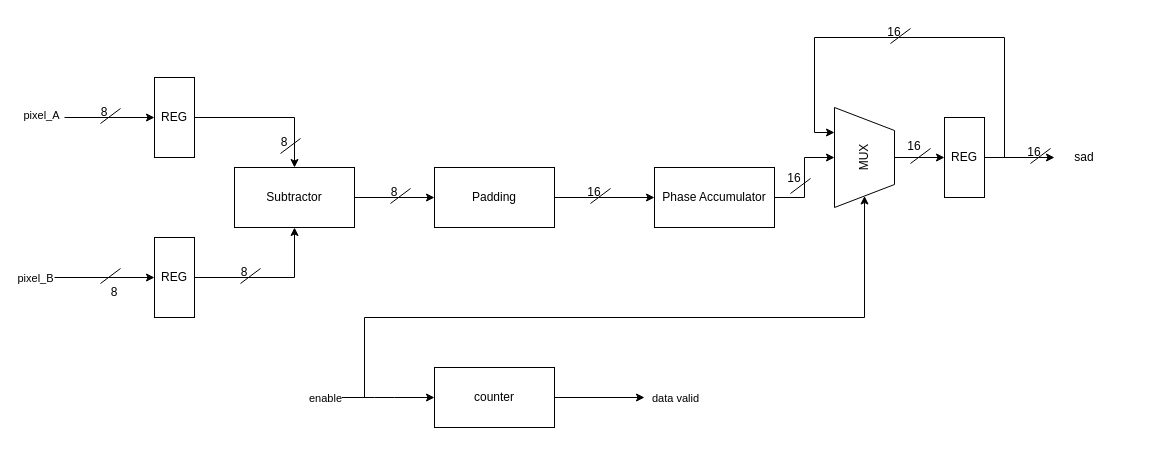
gaiaanastasi/SAD-Image-Calculation keeps this draw.io diagram as img/Model.drawio. Above is the earlier version. Source tidied: cells renumbered, new cells numbered last; positions are measured from the earlier drawing's top-left corner, leaving out a move shared by most shapes. Both pictures are drawn from the tidied source at 100%, with x=0, y=0 at pixel (54, 17).
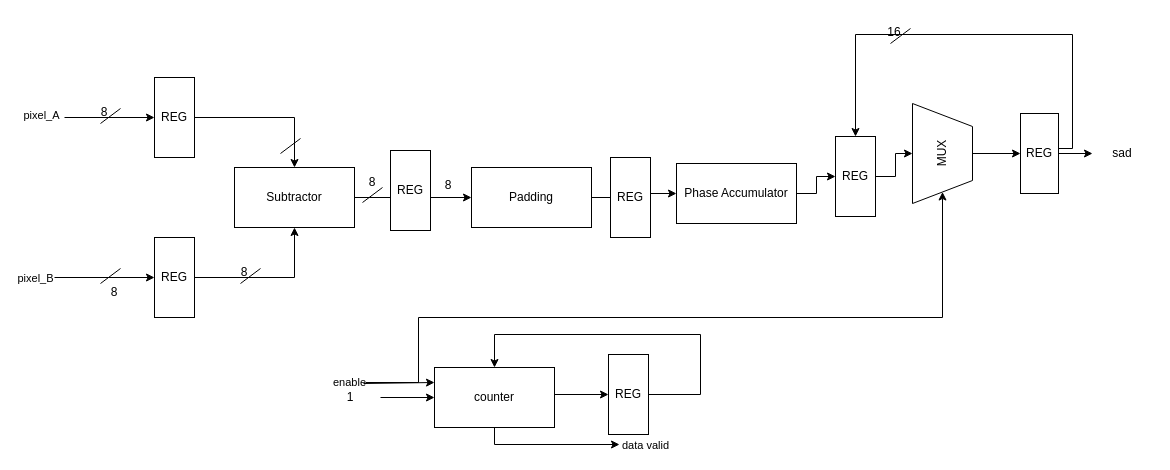
The same diagram, later.

Unchanged cells that the change refers to:
```xml
<mxCell id="38" value="counter" style="rounded=0;whiteSpace=wrap;html=1;" parent="1" vertex="1">
  <mxGeometry x="380" y="350" width="120" height="60" as="geometry" />
</mxCell>
```

Change to the diagram source:
```diff
@@
-    <mxCell id="8" style="edgeStyle=orthogonalEdgeStyle;rounded=0;jettySize=auto;html=1;exitX=1;exitY=0.5;exitDx=0;exitDy=0;" parent="1" edge="1" source="9" target="11">
+    <mxCell id="8" style="edgeStyle=orthogonalEdgeStyle;rounded=0;jettySize=auto;html=1;exitX=1;exitY=0.5;exitDx=0;exitDy=0;startArrow=none;" parent="1" edge="1" source="52" target="11">
       <mxGeometry relative="1" as="geometry" />
     </mxCell>
+    <mxCell id="48" style="edgeStyle=orthogonalEdgeStyle;rounded=0;jettySize=auto;html=1;exitX=1;exitY=0.5;exitDx=0;exitDy=0;" parent="1" edge="1" source="9" target="52">
+      <mxGeometry relative="1" as="geometry" />
+    </mxCell>
     <mxCell id="9" value="Phase Accumulator" style="rounded=0;whiteSpace=wrap;html=1;" parent="1" vertex="1">
-      <mxGeometry x="600" y="150" width="120" height="60" as="geometry" />
+      <mxGeometry x="622" y="146" width="120" height="60" as="geometry" />
     </mxCell>
-    <mxCell id="10" style="edgeStyle=orthogonalEdgeStyle;rounded=0;jettySize=auto;html=1;exitX=0.5;exitY=1;exitDx=0;exitDy=0;" parent="1" edge="1" source="11" target="12">
-      <mxGeometry relative="1" as="geometry" />
+    <mxCell id="10" style="edgeStyle=orthogonalEdgeStyle;rounded=0;jettySize=auto;html=1;exitX=0.5;exitY=1;exitDx=0;exitDy=0;entryX=0;entryY=0.5;entryDx=0;entryDy=0;" parent="1" edge="1" source="11" target="55">
+      <mxGeometry relative="1" as="geometry">
+        <Array as="points">
+          <mxPoint x="960" y="136" />
+        </Array>
+      </mxGeometry>
     </mxCell>
     <mxCell id="11" value="MUX" style="verticalLabelPosition=middle;verticalAlign=middle;html=1;shape=trapezoid;perimeter=trapezoidPerimeter;whiteSpace=wrap;size=0.23;arcSize=10;flipV=1;labelPosition=center;align=center;rotation=-90;" parent="1" vertex="1">
-      <mxGeometry x="760" y="110" width="100" height="60" as="geometry" />
+      <mxGeometry x="838" y="106" width="100" height="60" as="geometry" />
     </mxCell>
-    <mxCell id="12" value="REG" style="rounded=0;whiteSpace=wrap;html=1;" parent="1" vertex="1">
-      <mxGeometry x="890" y="100" width="40" height="80" as="geometry" />
-    </mxCell>
-    <mxCell id="13" style="endArrow=classic;html=1;rounded=0;" parent="1" edge="1" target="37">
-      <mxGeometry relative="1" as="geometry">
-        <mxPoint x="930" y="140" as="sourcePoint" />
-      </mxGeometry>
-    </mxCell>
@@
-    <mxCell id="19" value="8" style="text;html=1;strokeColor=none;fillColor=none;align=center;verticalAlign=middle;whiteSpace=wrap;rounded=0;" parent="1" vertex="1">
-      <mxGeometry x="200" y="110" width="60" height="30" as="geometry" />
-    </mxCell>
@@
     <mxCell id="23" value="Padding" style="rounded=0;whiteSpace=wrap;html=1;" parent="1" vertex="1">
-      <mxGeometry x="380" y="150" width="120" height="60" as="geometry" />
+      <mxGeometry x="417" y="150" width="120" height="60" as="geometry" />
     </mxCell>
     <mxCell id="24" style="endArrow=none;html=1;rounded=0;" parent="1" edge="1">
       <mxGeometry relative="1" as="geometry">
-        <mxPoint x="336" y="186" as="sourcePoint" />
-        <mxPoint x="356" y="171" as="targetPoint" />
+        <mxPoint x="308" y="185" as="sourcePoint" />
+        <mxPoint x="328" y="170" as="targetPoint" />
       </mxGeometry>
     </mxCell>
     <mxCell id="25" value="8" style="text;html=1;strokeColor=none;fillColor=none;align=center;verticalAlign=middle;whiteSpace=wrap;rounded=0;" parent="1" vertex="1">
-      <mxGeometry x="310" y="160" width="60" height="30" as="geometry" />
+      <mxGeometry x="288" y="150" width="60" height="30" as="geometry" />
     </mxCell>
-    <mxCell id="26" style="endArrow=none;html=1;rounded=0;" parent="1" edge="1">
-      <mxGeometry relative="1" as="geometry">
-        <mxPoint x="536" y="186" as="sourcePoint" />
-        <mxPoint x="556" y="171" as="targetPoint" />
-      </mxGeometry>
-    </mxCell>
-    <mxCell id="27" value="16" style="text;html=1;strokeColor=none;fillColor=none;align=center;verticalAlign=middle;whiteSpace=wrap;rounded=0;" parent="1" vertex="1">
-      <mxGeometry x="510" y="160" width="60" height="30" as="geometry" />
-    </mxCell>
-    <mxCell id="28" style="endArrow=none;html=1;rounded=0;" parent="1" edge="1">
-      <mxGeometry relative="1" as="geometry">
-        <mxPoint x="736" y="176" as="sourcePoint" />
-        <mxPoint x="756" y="161" as="targetPoint" />
-      </mxGeometry>
-    </mxCell>
-    <mxCell id="29" value="16" style="text;html=1;strokeColor=none;fillColor=none;align=center;verticalAlign=middle;whiteSpace=wrap;rounded=0;" parent="1" vertex="1">
-      <mxGeometry x="710" y="146" width="60" height="30" as="geometry" />
-    </mxCell>
@@
-    <mxCell id="32" style="endArrow=none;html=1;rounded=0;" parent="1" edge="1">
-      <mxGeometry relative="1" as="geometry">
-        <mxPoint x="856" y="146" as="sourcePoint" />
-        <mxPoint x="876" y="131" as="targetPoint" />
-      </mxGeometry>
-    </mxCell>
-    <mxCell id="33" value="16" style="text;html=1;strokeColor=none;fillColor=none;align=center;verticalAlign=middle;whiteSpace=wrap;rounded=0;" parent="1" vertex="1">
-      <mxGeometry x="830" y="114" width="60" height="30" as="geometry" />
-    </mxCell>
-    <mxCell id="34" style="endArrow=none;html=1;rounded=0;" parent="1" edge="1">
-      <mxGeometry relative="1" as="geometry">
-        <mxPoint x="976" y="146" as="sourcePoint" />
-        <mxPoint x="996" y="131" as="targetPoint" />
-      </mxGeometry>
-    </mxCell>
-    <mxCell id="35" style="edgeStyle=orthogonalEdgeStyle;rounded=0;jettySize=auto;html=1;exitX=0;exitY=0.667;exitDx=0;exitDy=0;entryX=0.75;entryY=0;entryDx=0;entryDy=0;exitPerimeter=0;" parent="1" edge="1" source="36" target="11">
-      <mxGeometry relative="1" as="geometry">
-        <Array as="points">
-          <mxPoint x="950" y="20" />
-          <mxPoint x="760" y="20" />
-          <mxPoint x="760" y="115" />
-        </Array>
-      </mxGeometry>
-    </mxCell>
-    <mxCell id="36" value="16" style="text;html=1;strokeColor=none;fillColor=none;align=center;verticalAlign=middle;whiteSpace=wrap;rounded=0;" parent="1" vertex="1">
-      <mxGeometry x="950" y="120" width="60" height="30" as="geometry" />
-    </mxCell>
     <mxCell id="37" value="sad" style="text;html=1;strokeColor=none;fillColor=none;align=center;verticalAlign=middle;whiteSpace=wrap;rounded=0;" parent="1" vertex="1">
-      <mxGeometry x="1000" y="125" width="60" height="30" as="geometry" />
+      <mxGeometry x="1038" y="121" width="60" height="30" as="geometry" />
     </mxCell>
+    <mxCell id="49" style="edgeStyle=orthogonalEdgeStyle;rounded=0;jettySize=auto;html=1;exitX=1;exitY=0.5;exitDx=0;exitDy=0;entryX=0;entryY=0.5;entryDx=0;entryDy=0;" parent="1" edge="1" source="38" target="60">
+      <mxGeometry relative="1" as="geometry">
+        <Array as="points">
+          <mxPoint x="500" y="377" />
+        </Array>
+      </mxGeometry>
+    </mxCell>
@@
-    <mxCell id="39" style="endArrow=classic;html=1;rounded=0;entryX=0;entryY=0.5;entryDx=0;entryDy=0;" parent="1" edge="1" target="38">
-      <mxGeometry relative="1" as="geometry">
-        <mxPoint x="260" y="380" as="sourcePoint" />
-        <Array as="points">
-          <mxPoint x="320" y="380" />
-          <mxPoint x="340" y="380" />
-        </Array>
-      </mxGeometry>
-    </mxCell>
-    <mxCell id="40" value="enable" style="edgeLabel;html=1;align=center;verticalAlign=middle;" parent="39" vertex="1">
-      <mxGeometry x="-0.32" y="-2" relative="1" as="geometry">
-        <mxPoint x="-31" y="-2" as="offset" />
-      </mxGeometry>
-    </mxCell>
-    <mxCell id="41" style="endArrow=classic;html=1;rounded=0;exitX=1;exitY=0.5;exitDx=0;exitDy=0;" parent="1" edge="1" source="38">
+    <mxCell id="41" style="endArrow=classic;html=1;rounded=0;exitX=0.5;exitY=1;exitDx=0;exitDy=0;" parent="1" edge="1" source="38">
       <mxGeometry relative="1" as="geometry">
-        <mxPoint x="590" y="380" as="targetPoint" />
+        <mxPoint x="565" y="427" as="targetPoint" />
+        <Array as="points">
+          <mxPoint x="440" y="427" />
+        </Array>
       </mxGeometry>
     </mxCell>
     <mxCell id="42" value="data valid" style="edgeLabel;html=1;align=center;verticalAlign=middle;" parent="41" vertex="1">
       <mxGeometry x="0.33" y="-1" relative="1" as="geometry">
-        <mxPoint x="60" y="-1" as="offset" />
+        <mxPoint x="73" y="-1" as="offset" />
       </mxGeometry>
     </mxCell>
     <mxCell id="43" style="endArrow=classic;html=1;rounded=0;" parent="1" edge="1" target="11">
       <mxGeometry relative="1" as="geometry">
-        <mxPoint x="310" y="380" as="sourcePoint" />
+        <mxPoint x="311" y="365" as="sourcePoint" />
         <Array as="points">
-          <mxPoint x="310" y="300" />
-          <mxPoint x="810" y="300" />
+          <mxPoint x="364" y="365" />
+          <mxPoint x="364" y="300" />
+          <mxPoint x="888" y="300" />
         </Array>
       </mxGeometry>
     </mxCell>
+    <mxCell id="40" value="enable" style="edgeLabel;html=1;align=center;verticalAlign=middle;" parent="43" vertex="1">
+      <mxGeometry x="-0.94" y="-1" relative="1" as="geometry">
+        <mxPoint x="-40" y="-2" as="offset" />
+      </mxGeometry>
+    </mxCell>
@@
+    <mxCell id="50" value="REG" style="rounded=0;whiteSpace=wrap;html=1;" parent="1" vertex="1">
+      <mxGeometry x="336" y="133" width="40" height="80" as="geometry" />
+    </mxCell>
+    <mxCell id="19" value="8" style="text;html=1;strokeColor=none;fillColor=none;align=center;verticalAlign=middle;whiteSpace=wrap;rounded=0;" parent="1" vertex="1">
+      <mxGeometry x="364" y="153" width="60" height="30" as="geometry" />
+    </mxCell>
+    <mxCell id="51" value="REG" style="rounded=0;whiteSpace=wrap;html=1;" parent="1" vertex="1">
+      <mxGeometry x="556" y="140" width="40" height="80" as="geometry" />
+    </mxCell>
+    <mxCell id="52" value="REG" style="rounded=0;whiteSpace=wrap;html=1;" parent="1" vertex="1">
+      <mxGeometry x="781" y="119" width="40" height="80" as="geometry" />
+    </mxCell>
+    <mxCell id="53" style="edgeStyle=orthogonalEdgeStyle;rounded=0;jettySize=auto;html=1;exitX=1;exitY=0.5;exitDx=0;exitDy=0;" parent="1" edge="1" source="55" target="37">
+      <mxGeometry relative="1" as="geometry" />
+    </mxCell>
+    <mxCell id="54" style="edgeStyle=orthogonalEdgeStyle;rounded=0;jettySize=auto;html=1;exitX=1;exitY=0.5;exitDx=0;exitDy=0;entryX=0.5;entryY=0;entryDx=0;entryDy=0;" parent="1" edge="1" source="55" target="52">
+      <mxGeometry relative="1" as="geometry">
+        <Array as="points">
+          <mxPoint x="1018" y="131" />
+          <mxPoint x="1018" y="17" />
+          <mxPoint x="801" y="17" />
+        </Array>
+      </mxGeometry>
+    </mxCell>
+    <mxCell id="55" value="REG" style="rounded=0;whiteSpace=wrap;html=1;" parent="1" vertex="1">
+      <mxGeometry x="966" y="96" width="38" height="80" as="geometry" />
+    </mxCell>
+    <mxCell id="56" style="endArrow=classic;html=1;rounded=0;entryX=0;entryY=0.5;entryDx=0;entryDy=0;startArrow=none;" parent="1" edge="1" source="58" target="38">
+      <mxGeometry relative="1" as="geometry" />
+    </mxCell>
+    <mxCell id="57" style="endArrow=classic;html=1;rounded=0;entryX=0;entryY=0.25;entryDx=0;entryDy=0;" parent="1" edge="1" target="38">
+      <mxGeometry relative="1" as="geometry">
+        <mxPoint x="309" y="366" as="sourcePoint" />
+      </mxGeometry>
+    </mxCell>
+    <mxCell id="58" value="1" style="text;html=1;strokeColor=none;fillColor=none;align=center;verticalAlign=middle;whiteSpace=wrap;rounded=0;" parent="1" vertex="1">
+      <mxGeometry x="266" y="365" width="60" height="30" as="geometry" />
+    </mxCell>
+    <mxCell id="59" style="edgeStyle=orthogonalEdgeStyle;rounded=0;jettySize=auto;html=1;exitX=1;exitY=0.5;exitDx=0;exitDy=0;entryX=0.5;entryY=0;entryDx=0;entryDy=0;" parent="1" edge="1" source="60" target="38">
+      <mxGeometry relative="1" as="geometry">
+        <Array as="points">
+          <mxPoint x="646" y="377" />
+          <mxPoint x="646" y="317" />
+          <mxPoint x="440" y="317" />
+        </Array>
+      </mxGeometry>
+    </mxCell>
+    <mxCell id="60" value="REG" style="rounded=0;whiteSpace=wrap;html=1;" parent="1" vertex="1">
+      <mxGeometry x="554" y="337" width="40" height="80" as="geometry" />
+    </mxCell>
```
